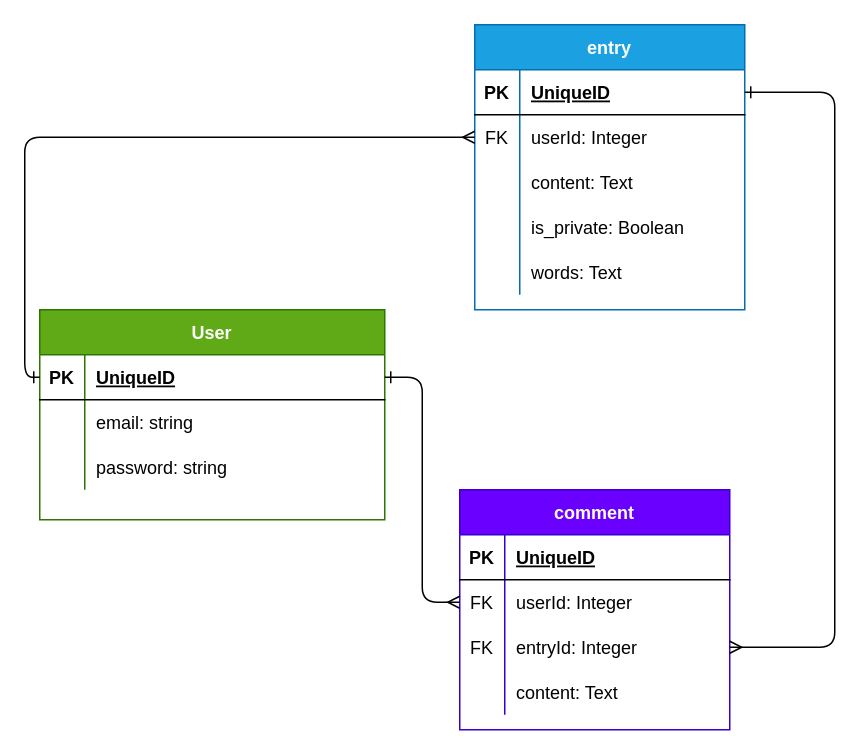
Above: ERD.drawio in Moodybleu/A-Mile-In-Her-Mind (draw.io), before the change. Source tidied: cells renumbered, new cells numbered last; positions are measured from the earlier drawing's top-left corner, leaving out a move shared by most shapes. Both pictures are drawn from the tidied source at 150%, with x=0, y=0 at pixel (39, 24).
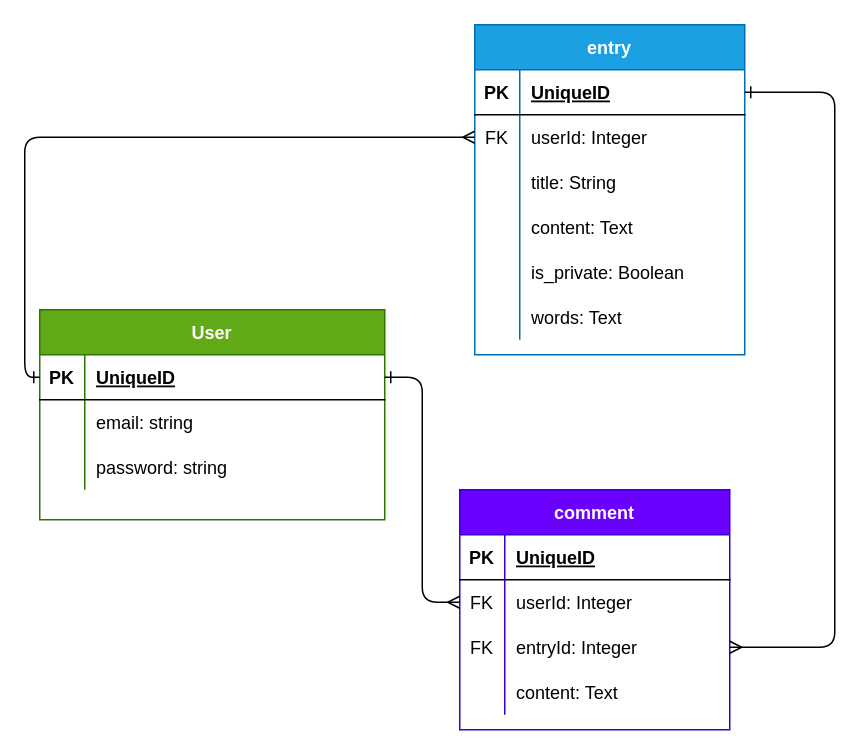
The same page after the edit.

The edit, as a diff of the source:
```diff
@@
     <mxCell id="2" value="entry" style="shape=table;startSize=30;childLayout=tableLayout;rowLines=0;fontStyle=1;align=center;swimlaneFillColor=default;fillColor=#1ba1e2;fontColor=#ffffff;strokeColor=#006EAF;" parent="1" vertex="1">
-      <mxGeometry x="290" width="180" height="190" as="geometry" />
+      <mxGeometry x="290" width="180" height="220" as="geometry" />
     </mxCell>
@@
+    <mxCell id="44" style="shape=partialRectangle;fillColor=none;top=0;left=0;bottom=0;right=0;" parent="2" vertex="1">
+      <mxGeometry y="90" width="180" height="30" as="geometry" />
+    </mxCell>
+    <mxCell id="45" style="shape=partialRectangle;fillColor=none;top=0;left=0;bottom=0;right=0;overflow=hidden;" parent="44" vertex="1">
+      <mxGeometry width="30" height="30" as="geometry" />
+    </mxCell>
+    <mxCell id="46" value="title: String" style="shape=partialRectangle;fillColor=none;top=0;left=0;bottom=0;right=0;align=left;spacingLeft=6;overflow=hidden;" parent="44" vertex="1">
+      <mxGeometry x="30" width="150" height="30" as="geometry" />
+    </mxCell>
     <mxCell id="9" style="shape=partialRectangle;fillColor=none;top=0;left=0;bottom=0;right=0;" parent="2" vertex="1">
-      <mxGeometry y="90" width="180" height="30" as="geometry" />
+      <mxGeometry y="120" width="180" height="30" as="geometry" />
     </mxCell>
@@
     <mxCell id="12" style="shape=partialRectangle;fillColor=none;top=0;left=0;bottom=0;right=0;" parent="2" vertex="1">
-      <mxGeometry y="120" width="180" height="30" as="geometry" />
+      <mxGeometry y="150" width="180" height="30" as="geometry" />
     </mxCell>
@@
     <mxCell id="15" style="shape=partialRectangle;fillColor=none;top=0;left=0;bottom=0;right=0;" parent="2" vertex="1">
-      <mxGeometry y="150" width="180" height="30" as="geometry" />
+      <mxGeometry y="180" width="180" height="30" as="geometry" />
     </mxCell>
```
